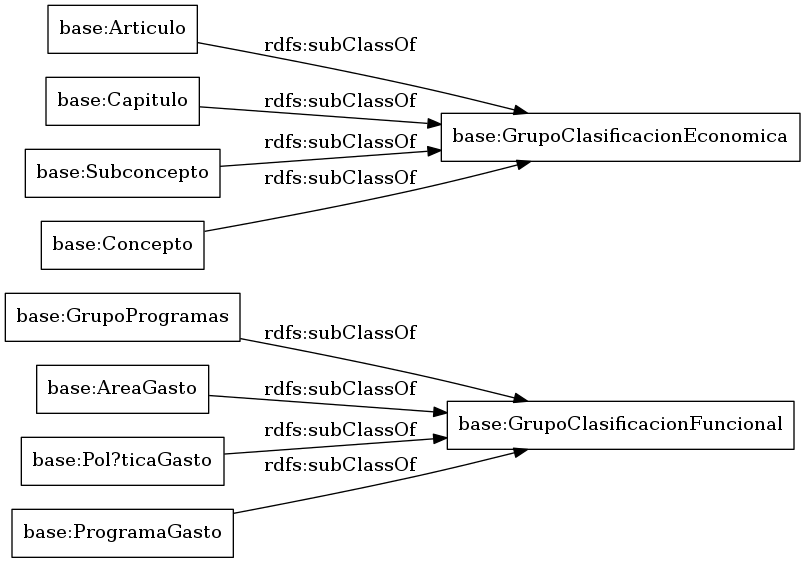
The Graphviz diagram OnToology/presupuesto.owl/diagrams/ar2dtool-taxonomy/presupuesto.owl.png in opencitydata/hacienda-presupuesto-old, before a commit. Its source is kept beside it as OnToology/presupuesto.owl/diagrams/ar2dtool-class/presupuesto.owl.png.dot.
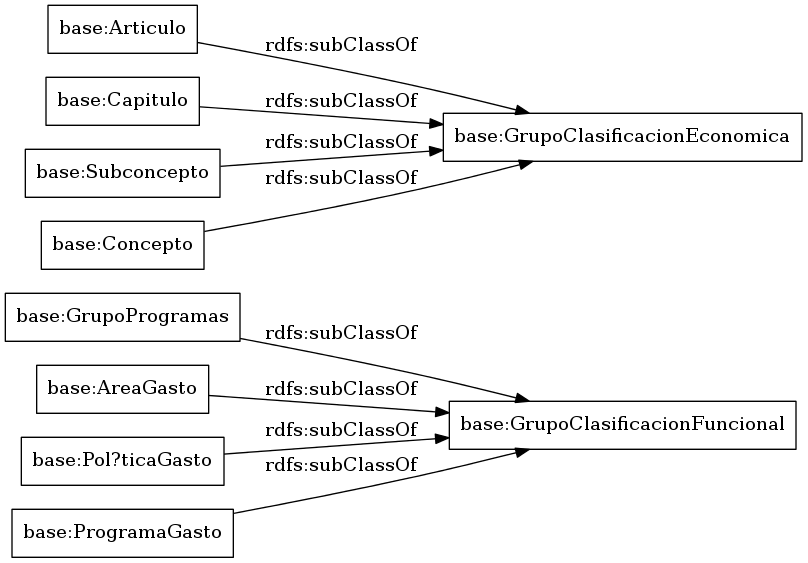
The same diagram one commit later.

Change to the diagram source:
```diff
@@ -22,11 +22,11 @@
 	"base:clasificacionFuncional" -> "dcterms:type" [ label = "rdfs:subPropertyOf" ];
 	"base:politicaGasto" -> "http://www.rendiciondecuentas.es/es/informaciongeneral/presupuestoentidades/ClasificacionProgramaGasto.html" [ label = "rdfs:seeAlso" ];
 	"base:politicaGasto" -> "base:clasificacionFuncional" [ label = "rdfs:subPropertyOf" ];
-	"http://vocab.linkeddata.es/datosabiertos/def/hacienda/presupuesto" -> "http://vocab.linkeddata.es/datosabiertos/def/hacienda/presupuestos.html" [ label = "dcterms:hasFormat" ];
+	"http://vocab.linkeddata.es/datosabiertos/def/hacienda/presupuesto" -> "http://vocab.linkeddata.es/datosabiertos/def/hacienda/presupuesto.html" [ label = "dcterms:hasFormat" ];
 	"http://vocab.linkeddata.es/datosabiertos/def/hacienda/presupuesto" -> "base:" [ label = "vann:preferredNamespaceUri" ];
 	"http://vocab.linkeddata.es/datosabiertos/def/hacienda/presupuesto" -> "http://vocab.linkeddata.es/datosabiertos/def/hacienda/presupuesto/0.1" [ label = "owl:versionIRI" ];
+	"http://vocab.linkeddata.es/datosabiertos/def/hacienda/presupuesto" -> "http://vocab.linkeddata.es/datosabiertos/def/hacienda/presupuesto.owl" [ label = "dcterms:hasFormat" ];
 	"http://vocab.linkeddata.es/datosabiertos/def/hacienda/presupuesto" -> "http://creativecommons.org/licenses/by/4.0/" [ label = "cc:license" ];
-	"http://vocab.linkeddata.es/datosabiertos/def/hacienda/presupuesto" -> "http://vocab.linkeddata.es/datosabiertos/def/hacienda/presupuestos.owl" [ label = "dcterms:hasFormat" ];
 	"base:programaGasto" -> "http://www.rendiciondecuentas.es/es/informaciongeneral/presupuestoentidades/ClasificacionProgramaGasto.html" [ label = "rdfs:seeAlso" ];
 	"base:programaGasto" -> "base:clasificacionFuncional" [ label = "rdfs:subPropertyOf" ];
 	"base:AreaGasto" -> "http://www.rendiciondecuentas.es/es/informaciongeneral/presupuestoentidades/ClasificacionProgramaGasto.html" [ label = "rdfs:seeAlso" ];
@@ -47,33 +47,33 @@
 	"base:clasificacionEconomica" -> "http://www.rendiciondecuentas.es/es/informaciongeneral/presupuestoentidades/ClasificacionEconomicaIngresos.html" [ label = "rdfs:seeAlso" ];
 	"base:clasificacionEconomica" -> "http://www.rendiciondecuentas.es/es/informaciongeneral/presupuestoentidades/ClasificacionEconomicaGasto.html" [ label = "rdfs:seeAlso" ];
 	"base:clasificacionEconomica" -> "dcterms:type" [ label = "rdfs:subPropertyOf" ];
+	"base:Gasto" -> "xsd:float" [ label = "base:creditoDefinitivo" ];
+	"base:Ingreso" -> "xsd:float" [ label = "base:derechosReconocidosNetos" ];
+	"owl:Thing" -> "base:Articulo" [ label = "base:articulo" ];
+	"base:Ingreso" -> "xsd:float" [ label = "base:derechosAnulados" ];
+	"owl:Thing" -> "base:Concepto" [ label = "base:concepto" ];
+	"owl:Thing" -> "base:GrupoProgramas" [ label = "base:grupoProgramasGasto" ];
+	"base:Ingreso" -> "xsd:float" [ label = "base:previsionPresupuestariaInicial" ];
+	"owl:Thing" -> "base:ProgramaGasto" [ label = "base:programaGasto" ];
+	"base:Ingreso" -> "xsd:float" [ label = "base:modificacionPrevisionPresupuestaria" ];
+	"base:Gasto" -> "xsd:float" [ label = "base:gastoComprometido" ];
+	"base:Ingreso" -> "xsd:float" [ label = "base:recaudacionNeta" ];
+	"base:Gasto" -> "xsd:float" [ label = "base:obligacionesPendientesPagoDiciembre" ];
+	"base:Gasto" -> "xsd:float" [ label = "base:obligacionesReconocidasNetas" ];
+	"base:Ingreso" -> "xsd:float" [ label = "base:derechosCancelados" ];
+	"base:Gasto" -> "xsd:float" [ label = "base:pagos" ];
+	"base:Ingreso" -> "xsd:float" [ label = "base:derechosReconocidos" ];
+	"base:Ingreso" -> "xsd:float" [ label = "base:provisionPresupuestariaDefinitiva" ];
+	"base:Ingreso" -> "xsd:float" [ label = "base:gradoRealizacion" ];
+	"owl:Thing" -> "base:Pol?ticaGasto" [ label = "base:politicaGasto" ];
+	"owl:Thing" -> "base:Capitulo" [ label = "base:capitulo" ];
+	"base:Ingreso" -> "xsd:float" [ label = "base:derechosPendientesCobro" ];
 	"base:Gasto" -> "xsd:float" [ label = "base:creditoPresupuestarioInicial" ];
-	"base:Ingreso" -> "xsd:float" [ label = "base:previsionPresupuestariaInicial" ];
-	"base:Ingreso" -> "xsd:float" [ label = "base:provisionPresupuestariaDefinitiva" ];
-	"base:Ingreso" -> "xsd:float" [ label = "base:derechosPendientesCobro" ];
 	"owl:Thing" -> "base:AreaGasto" [ label = "base:areaGasto" ];
-	"base:Ingreso" -> "xsd:float" [ label = "base:derechosAnulados" ];
-	"owl:Thing" -> "base:Capitulo" [ label = "base:capitulo" ];
+	"base:Gasto" -> "xsd:float" [ label = "base:remanentesCredito" ];
 	"base:Gasto" -> "xsd:float" [ label = "base:modificacionCreditoPresupuestario" ];
-	"owl:Thing" -> "base:Concepto" [ label = "base:concepto" ];
-	"base:Gasto" -> "xsd:float" [ label = "base:creditoDefinitivo" ];
-	"base:Ingreso" -> "xsd:float" [ label = "base:derechosCancelados" ];
-	"owl:Thing" -> "base:ProgramaGasto" [ label = "base:programaGasto" ];
-	"owl:Thing" -> "base:Articulo" [ label = "base:articulo" ];
-	"base:Ingreso" -> "xsd:float" [ label = "base:gradoRealizacion" ];
-	"base:Ingreso" -> "xsd:float" [ label = "base:recaudacionNeta" ];
-	"owl:Thing" -> "base:Pol?ticaGasto" [ label = "base:politicaGasto" ];
-	"base:Gasto" -> "xsd:float" [ label = "base:obligacionesPendientesPagoDiciembre" ];
-	"owl:Thing" -> "base:GrupoProgramas" [ label = "base:grupoProgramasGasto" ];
-	"base:Gasto" -> "xsd:float" [ label = "base:remanentesCredito" ];
-	"base:Ingreso" -> "xsd:float" [ label = "base:derechosReconocidosNetos" ];
+	"owl:Thing" -> "base:Subconcepto" [ label = "base:subconcepto" ];
 	"owl:Thing" -> "skos:Concept" [ label = "base:clasificacionEconomica" ];
-	"base:Ingreso" -> "xsd:float" [ label = "base:modificacionPrevisionPresupuestaria" ];
-	"base:Gasto" -> "xsd:float" [ label = "base:pagos" ];
 	"owl:Thing" -> "skos:Concept" [ label = "base:clasificacionFuncional" ];
-	"owl:Thing" -> "base:Subconcepto" [ label = "base:subconcepto" ];
-	"base:Gasto" -> "xsd:float" [ label = "base:obligacionesReconocidasNetas" ];
-	"base:Gasto" -> "xsd:float" [ label = "base:gastoComprometido" ];
-	"base:Ingreso" -> "xsd:float" [ label = "base:derechosReconocidos" ];
 
 }
```
